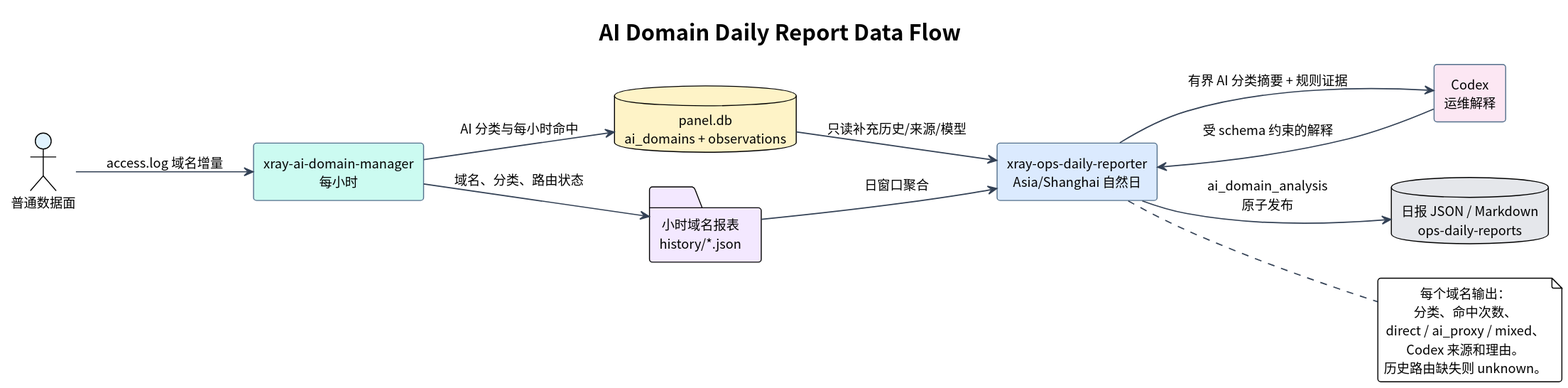
Earlier version of the PlantUML export docs/ops-reporting/diagrams/ai-domain-daily-report.svg (i-zrhe2016/ai-routing-panel).
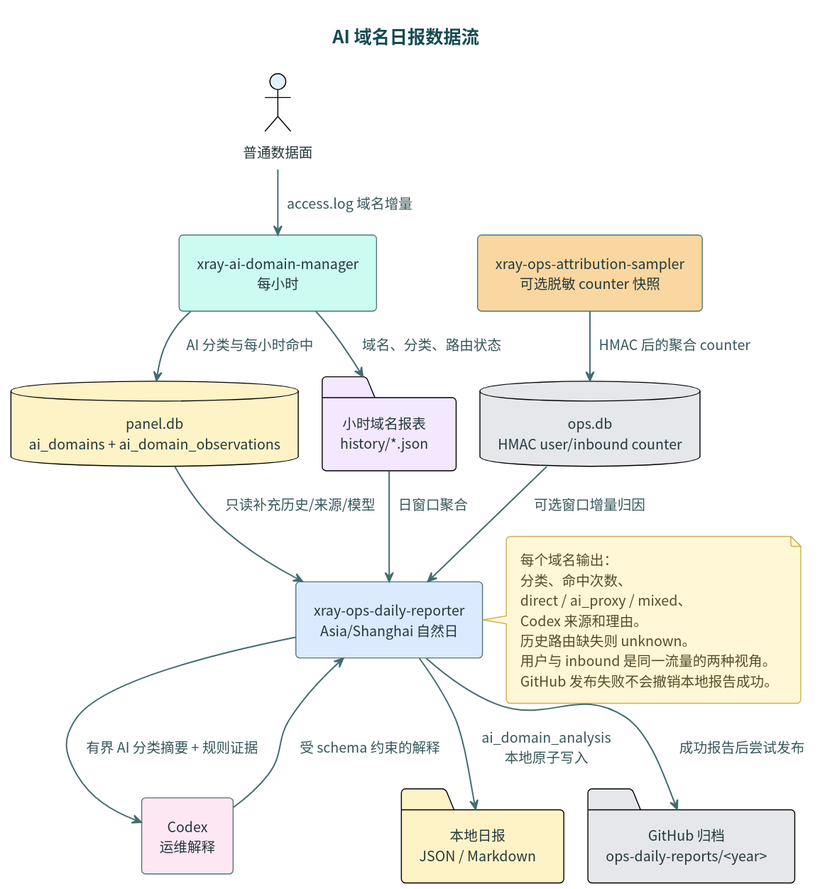
The same diagram one commit later.

Change to the diagram source:
```diff
@@ -1,24 +1,30 @@
 @startuml
 !include ../../diagrams/style.iuml
-title AI Domain Daily Report Data Flow
-left to right direction
+title AI 域名日报数据流
+top to bottom direction
 
 actor "普通数据面" as normal #E0F2FE
 component "xray-ai-domain-manager\n每小时" as manager #CCFBF1
-database "panel.db\nai_domains + observations" as paneldb #FEF3C7
+database "panel.db\nai_domains + ai_domain_observations" as paneldb #FEF3C7
 folder "小时域名报表\nhistory/*.json" as hourly #F3E8FF
+component "xray-ops-attribution-sampler\n可选脱敏 counter 快照" as sampler #FAD7A0
+database "ops.db\nHMAC user/inbound counter" as opsdb #E5E7EB
 component "xray-ops-daily-reporter\nAsia/Shanghai 自然日" as reporter #DBEAFE
 component "Codex\n运维解释" as codex #FCE7F3
-database "日报 JSON / Markdown\nops-daily-reports" as reports #E5E7EB
+folder "本地日报\nJSON / Markdown" as reports #FEF3C7
+folder "GitHub 归档\nops-daily-reports/<year>" as archive #E5E7EB
 
 normal --> manager : access.log 域名增量
 manager --> paneldb : AI 分类与每小时命中
 manager --> hourly : 域名、分类、路由状态
 hourly --> reporter : 日窗口聚合
 paneldb --> reporter : 只读补充历史/来源/模型
+sampler --> opsdb : HMAC 后的聚合 counter
+opsdb --> reporter : 可选窗口增量归因
 reporter --> codex : 有界 AI 分类摘要 + 规则证据
 codex --> reporter : 受 schema 约束的解释
-reporter --> reports : ai_domain_analysis\n原子发布
+reporter --> reports : ai_domain_analysis\n本地原子写入
+reporter --> archive : 成功报告后尝试发布
 
 note right of reporter
 每个域名输出：
@@ -26,5 +32,7 @@
 direct / ai_proxy / mixed、
 Codex 来源和理由。
 历史路由缺失则 unknown。
+用户与 inbound 是同一流量的两种视角。
+GitHub 发布失败不会撤销本地报告成功。
 end note
 @enduml
```
